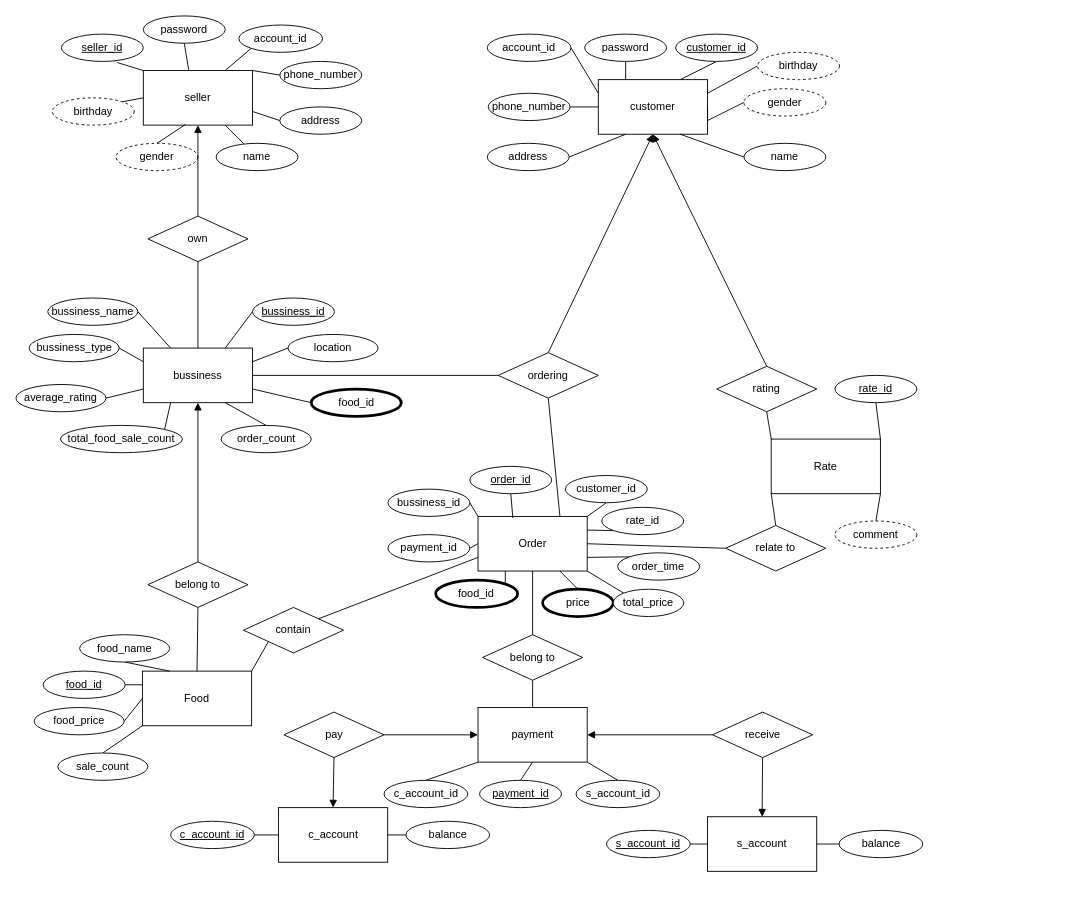
Earlier version of the draw.io diagram ER_digram.drawio (Kaiyang-Liu/Using-R-Series). Source tidied: cells renumbered, new cells numbered last; positions are measured from the earlier drawing's top-left corner, leaving out a move shared by most shapes. Both pictures are drawn from the tidied source at 91%, with x=0, y=0 at pixel (15, 15).
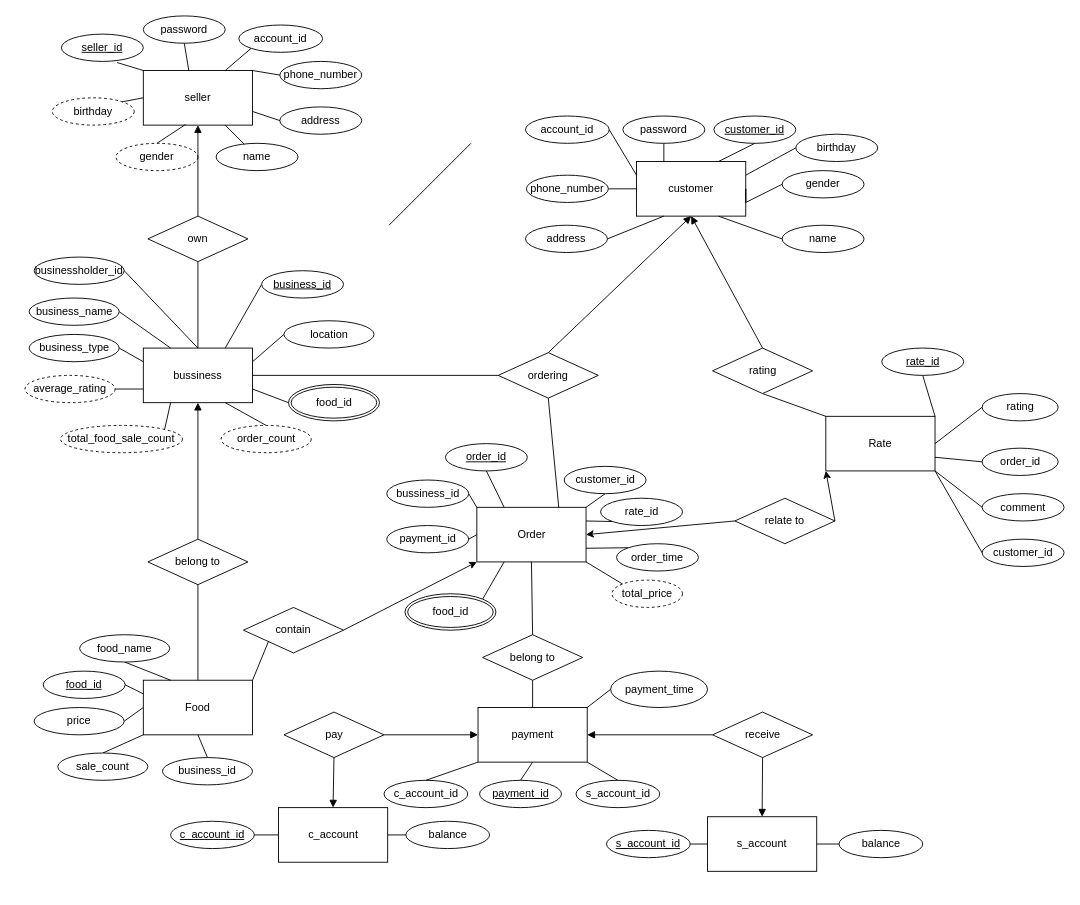
Above is the later version.

Unchanged cells that the change refers to:
```xml
<mxCell id="4" value="bussiness" style="rounded=0;whiteSpace=wrap;html=1;" parent="1" vertex="1">
  <mxGeometry x="140" y="365" width="120" height="60" as="geometry" />
</mxCell>
<mxCell id="9" value="payment" style="rounded=0;whiteSpace=wrap;html=1;" parent="1" vertex="1">
  <mxGeometry x="507.8" y="760" width="120" height="60" as="geometry" />
</mxCell>
<mxCell id="83" value="contain" style="rhombus;whiteSpace=wrap;html=1;shadow=0;sketch=0;" parent="1" vertex="1">
  <mxGeometry x="250" y="650" width="110" height="50" as="geometry" />
</mxCell>
<mxCell id="112" value="Order" style="rounded=0;whiteSpace=wrap;html=1;" parent="111" vertex="1">
  <mxGeometry x="99" y="45" width="120" height="60" as="geometry" />
</mxCell>
```

The edit, as a diff of the source:
```diff
@@
     <mxCell id="5" value="Rate" style="rounded=0;whiteSpace=wrap;html=1;" parent="1" vertex="1">
-      <mxGeometry x="830" y="465" width="120" height="60" as="geometry" />
+      <mxGeometry x="890" y="440" width="120" height="60" as="geometry" />
     </mxCell>
@@
     <mxCell id="7" value="Food" style="rounded=0;whiteSpace=wrap;html=1;" parent="1" vertex="1">
-      <mxGeometry x="139" y="720" width="120" height="60" as="geometry" />
+      <mxGeometry x="140" y="730" width="120" height="60" as="geometry" />
     </mxCell>
@@
-    <mxCell id="11" value="bussiness_id" style="ellipse;whiteSpace=wrap;html=1;fontStyle=4;" parent="1" vertex="1">
-      <mxGeometry x="260" y="310" width="90" height="30" as="geometry" />
+    <mxCell id="11" value="business_id" style="ellipse;whiteSpace=wrap;html=1;fontStyle=4;" parent="1" vertex="1">
+      <mxGeometry x="270" y="280" width="90" height="30" as="geometry" />
     </mxCell>
@@
     <mxCell id="19" value="belong to" style="rhombus;whiteSpace=wrap;html=1;shadow=0;sketch=0;" parent="1" vertex="1">
-      <mxGeometry x="145" y="600" width="110" height="50" as="geometry" />
+      <mxGeometry x="145" y="575" width="110" height="50" as="geometry" />
     </mxCell>
     <mxCell id="20" style="group;" parent="1" vertex="1">
-      <mxGeometry x="520" y="20" width="370" height="170" as="geometry" />
+      <mxGeometry x="562" y="110" width="370" height="170" as="geometry" />
     </mxCell>
@@
-    <mxCell id="35" value="gender" style="ellipse;whiteSpace=wrap;html=1;shadow=0;sketch=0;dashed=1;" parent="20" vertex="1">
+    <mxCell id="35" value="gender" style="ellipse;whiteSpace=wrap;html=1;shadow=0;sketch=0;" parent="20" vertex="1">
       <mxGeometry x="280" y="60" width="90" height="30" as="geometry" />
     </mxCell>
@@
-    <mxCell id="37" value="birthday" style="ellipse;whiteSpace=wrap;html=1;shadow=0;sketch=0;dashed=1;" parent="20" vertex="1">
+    <mxCell id="37" value="birthday" style="ellipse;whiteSpace=wrap;html=1;shadow=0;sketch=0;" parent="20" vertex="1">
       <mxGeometry x="295" y="20" width="90" height="30" as="geometry" />
     </mxCell>
@@
-    <mxCell id="66" value="bussiness_name" style="ellipse;whiteSpace=wrap;html=1;" parent="1" vertex="1">
-      <mxGeometry x="35" y="310" width="99" height="30" as="geometry" />
+    <mxCell id="66" value="business_name" style="ellipse;whiteSpace=wrap;html=1;" parent="1" vertex="1">
+      <mxGeometry x="14.5" y="310" width="99" height="30" as="geometry" />
     </mxCell>
@@
     <mxCell id="68" value="rate_id" style="ellipse;whiteSpace=wrap;html=1;fontStyle=4;" parent="1" vertex="1">
-      <mxGeometry x="900" y="395" width="90" height="30" as="geometry" />
+      <mxGeometry x="951.5" y="365" width="90" height="30" as="geometry" />
     </mxCell>
@@
-    <mxCell id="82" style="edgeStyle=none;rounded=0;jettySize=auto;html=1;exitX=1;exitY=0;exitDx=0;exitDy=0;entryX=0;entryY=0.75;entryDx=0;entryDy=0;endArrow=none;endFill=0;" parent="1" edge="1" source="83" target="112">
-      <mxGeometry relative="1" as="geometry" />
-    </mxCell>
@@
-    <mxCell id="84" style="edgeStyle=none;rounded=0;jettySize=auto;html=1;exitX=0.5;exitY=0;exitDx=0;exitDy=0;entryX=0;entryY=1;entryDx=0;entryDy=0;endArrow=none;endFill=0;" parent="1" edge="1" source="85" target="5">
-      <mxGeometry relative="1" as="geometry" />
-    </mxCell>
     <mxCell id="85" value="relate to" style="rhombus;whiteSpace=wrap;html=1;shadow=0;sketch=0;" parent="1" vertex="1">
-      <mxGeometry x="780" y="560" width="110" height="50" as="geometry" />
+      <mxGeometry x="790" y="530" width="110" height="50" as="geometry" />
     </mxCell>
@@
-    <mxCell id="87" value="bussiness_type" style="ellipse;whiteSpace=wrap;html=1;" parent="1" vertex="1">
+    <mxCell id="87" value="business_type" style="ellipse;whiteSpace=wrap;html=1;" parent="1" vertex="1">
       <mxGeometry x="14.5" y="350" width="99" height="30" as="geometry" />
     </mxCell>
@@
     <mxCell id="90" value="rating" style="rhombus;whiteSpace=wrap;html=1;shadow=0;sketch=0;" parent="1" vertex="1">
-      <mxGeometry x="770" y="385" width="110" height="50" as="geometry" />
+      <mxGeometry x="765.5" y="365" width="110" height="50" as="geometry" />
     </mxCell>
@@
-    <mxCell id="92" value="food_price" style="ellipse;whiteSpace=wrap;html=1;" parent="1" vertex="1">
+    <mxCell id="92" value="price" style="ellipse;whiteSpace=wrap;html=1;" parent="1" vertex="1">
       <mxGeometry x="20" y="760" width="99" height="30" as="geometry" />
     </mxCell>
@@
-    <mxCell id="99" value="average_rating" style="ellipse;whiteSpace=wrap;html=1;" parent="1" vertex="1">
-      <mxGeometry y="405" width="99" height="30" as="geometry" />
+    <mxCell id="99" value="average_rating" style="ellipse;whiteSpace=wrap;html=1;dashed=1;" parent="1" vertex="1">
+      <mxGeometry x="10" y="395" width="99" height="30" as="geometry" />
     </mxCell>
@@
     <mxCell id="101" value="location" style="ellipse;whiteSpace=wrap;html=1;" parent="1" vertex="1">
-      <mxGeometry x="299" y="350" width="99" height="30" as="geometry" />
+      <mxGeometry x="294.5" y="335" width="99" height="30" as="geometry" />
     </mxCell>
@@
-    <mxCell id="103" value="total_food_sale_count" style="ellipse;whiteSpace=wrap;html=1;" parent="1" vertex="1">
+    <mxCell id="103" value="total_food_sale_count" style="ellipse;whiteSpace=wrap;html=1;dashed=1;" parent="1" vertex="1">
       <mxGeometry x="49" y="450" width="134" height="30" as="geometry" />
     </mxCell>
@@
-    <mxCell id="105" value="order_count" style="ellipse;whiteSpace=wrap;html=1;" parent="1" vertex="1">
+    <mxCell id="105" value="order_count" style="ellipse;whiteSpace=wrap;html=1;dashed=1;" parent="1" vertex="1">
       <mxGeometry x="225.5" y="450" width="99" height="30" as="geometry" />
     </mxCell>
-    <mxCell id="106" style="edgeStyle=none;rounded=0;jettySize=auto;html=1;exitX=0.5;exitY=0;exitDx=0;exitDy=0;entryX=1;entryY=1;entryDx=0;entryDy=0;endArrow=none;endFill=0;" parent="1" edge="1" source="107" target="5">
+    <mxCell id="106" style="edgeStyle=none;rounded=0;jettySize=auto;html=1;exitX=0;exitY=0.5;exitDx=0;exitDy=0;entryX=1;entryY=1;entryDx=0;entryDy=0;endArrow=none;endFill=0;" parent="1" edge="1" source="107" target="5">
       <mxGeometry relative="1" as="geometry" />
     </mxCell>
-    <mxCell id="107" value="comment" style="ellipse;whiteSpace=wrap;html=1;shadow=0;sketch=0;dashed=1;" parent="1" vertex="1">
-      <mxGeometry x="900" y="555" width="90" height="30" as="geometry" />
+    <mxCell id="107" value="comment" style="ellipse;whiteSpace=wrap;html=1;shadow=0;sketch=0;" parent="1" vertex="1">
+      <mxGeometry x="1061.8" y="525" width="90" height="30" as="geometry" />
     </mxCell>
-    <mxCell id="108" style="edgeStyle=none;rounded=0;jettySize=auto;html=1;exitX=0;exitY=0.5;exitDx=0;exitDy=0;entryX=1;entryY=0.75;entryDx=0;entryDy=0;endArrow=none;endFill=0;" parent="1" edge="1" source="135" target="4">
+    <mxCell id="108" style="edgeStyle=none;rounded=0;jettySize=auto;html=1;exitX=0;exitY=0.5;exitDx=0;exitDy=0;entryX=1;entryY=0.75;entryDx=0;entryDy=0;endArrow=none;endFill=0;" parent="1" edge="1" source="140" target="4">
       <mxGeometry relative="1" as="geometry" />
     </mxCell>
@@
     <mxCell id="111" style="group;" parent="1" vertex="1">
-      <mxGeometry x="408.8" y="505" width="352.5" height="170" as="geometry" />
+      <mxGeometry x="407.5" y="495" width="352.5" height="215" as="geometry" />
     </mxCell>
@@
-    <mxCell id="113" style="edgeStyle=none;rounded=0;jettySize=auto;html=1;exitX=0.5;exitY=1;exitDx=0;exitDy=0;entryX=0.319;entryY=0.03;entryDx=0;entryDy=0;entryPerimeter=0;endArrow=none;endFill=0;" parent="111" edge="1" source="114" target="112">
-      <mxGeometry relative="1" as="geometry" />
-    </mxCell>
-    <mxCell id="114" value="order_id" style="ellipse;whiteSpace=wrap;html=1;fontStyle=4;" parent="111" vertex="1">
-      <mxGeometry x="90" y="-10" width="90" height="30" as="geometry" />
-    </mxCell>
@@
-    <mxCell id="122" style="edgeStyle=none;rounded=0;jettySize=auto;html=1;exitX=0.5;exitY=0;exitDx=0;exitDy=0;entryX=0.75;entryY=1;entryDx=0;entryDy=0;endArrow=none;endFill=0;" parent="111" edge="1" source="123" target="112">
-      <mxGeometry relative="1" as="geometry" />
-    </mxCell>
-    <mxCell id="123" value="price" style="ellipse;whiteSpace=wrap;html=1;fontStyle=0;strokeWidth=3;" parent="111" vertex="1">
-      <mxGeometry x="170" y="125" width="77.5" height="30" as="geometry" />
-    </mxCell>
-    <mxCell id="124" style="edgeStyle=none;rounded=0;jettySize=auto;html=1;exitX=1;exitY=0;exitDx=0;exitDy=0;entryX=0.25;entryY=1;entryDx=0;entryDy=0;endArrow=none;endFill=0;" parent="111" edge="1" source="125" target="112">
+    <mxCell id="124" style="edgeStyle=none;rounded=0;jettySize=auto;html=1;exitX=1;exitY=0;exitDx=0;exitDy=0;entryX=0.25;entryY=1;entryDx=0;entryDy=0;endArrow=none;endFill=0;" parent="111" edge="1" source="139" target="112">
       <mxGeometry relative="1" as="geometry" />
     </mxCell>
-    <mxCell id="125" value="food_id" style="ellipse;whiteSpace=wrap;html=1;fontStyle=0;strokeWidth=3;" parent="111" vertex="1">
-      <mxGeometry x="52.5" y="115" width="90" height="30" as="geometry" />
-    </mxCell>
@@
-    <mxCell id="129" value="total_price" style="ellipse;whiteSpace=wrap;html=1;fontStyle=0;" parent="111" vertex="1">
+    <mxCell id="129" value="total_price" style="ellipse;whiteSpace=wrap;html=1;fontStyle=0;dashed=1;" parent="111" vertex="1">
       <mxGeometry x="247.5" y="125" width="77.5" height="30" as="geometry" />
     </mxCell>
@@
+    <mxCell id="139" value="food_id" style="ellipse;shape=doubleEllipse;margin=3;whiteSpace=wrap;html=1;align=center;" parent="111" vertex="1">
+      <mxGeometry x="20" y="140" width="100" height="40" as="geometry" />
+    </mxCell>
@@
-    <mxCell id="133" style="edgeStyle=none;rounded=0;jettySize=auto;html=1;exitX=1;exitY=0.5;exitDx=0;exitDy=0;entryX=0;entryY=0.5;entryDx=0;entryDy=0;endArrow=none;endFill=0;" parent="1" edge="1" source="112" target="85">
-      <mxGeometry relative="1" as="geometry" />
-    </mxCell>
@@
-    <mxCell id="135" value="food_id" style="ellipse;whiteSpace=wrap;html=1;strokeWidth=3;" parent="1" vertex="1">
-      <mxGeometry x="324.5" y="410" width="99" height="30" as="geometry" />
-    </mxCell>
@@
+    <mxCell id="140" value="food_id" style="ellipse;shape=doubleEllipse;margin=3;whiteSpace=wrap;html=1;align=center;" parent="1" vertex="1">
+      <mxGeometry x="299.5" y="405" width="100" height="40" as="geometry" />
+    </mxCell>
+    <mxCell id="141" value="rating" style="ellipse;whiteSpace=wrap;html=1;" parent="1" vertex="1">
+      <mxGeometry x="1061.8" y="415" width="83.5" height="30" as="geometry" />
+    </mxCell>
+    <mxCell id="142" style="endArrow=none;html=1;exitX=1;exitY=0.5;exitDx=0;exitDy=0;entryX=0;entryY=0.5;entryDx=0;entryDy=0;" parent="1" edge="1" source="5" target="141">
+      <mxGeometry relative="1" as="geometry" />
+    </mxCell>
+    <mxCell id="143" value="order_id" style="ellipse;whiteSpace=wrap;html=1;" parent="1" vertex="1">
+      <mxGeometry x="1061.8" y="475" width="83.5" height="30" as="geometry" />
+    </mxCell>
+    <mxCell id="144" style="endArrow=none;html=1;exitX=1;exitY=0.75;exitDx=0;exitDy=0;entryX=0;entryY=0.5;entryDx=0;entryDy=0;" parent="1" edge="1" source="5" target="143">
+      <mxGeometry relative="1" as="geometry" />
+    </mxCell>
+    <mxCell id="145" value="customer_id" style="ellipse;whiteSpace=wrap;html=1;shadow=0;sketch=0;" parent="1" vertex="1">
+      <mxGeometry x="1061.8" y="575" width="90" height="30" as="geometry" />
+    </mxCell>
+    <mxCell id="146" style="endArrow=none;html=1;entryX=1;entryY=1;entryDx=0;entryDy=0;exitX=0;exitY=0.5;exitDx=0;exitDy=0;" parent="1" edge="1" source="145" target="5">
+      <mxGeometry relative="1" as="geometry" />
+    </mxCell>
+    <mxCell id="114" value="order_id" style="ellipse;whiteSpace=wrap;html=1;fontStyle=4;" parent="1" vertex="1">
+      <mxGeometry x="472" y="470" width="90" height="30" as="geometry" />
+    </mxCell>
+    <mxCell id="113" style="edgeStyle=none;rounded=0;jettySize=auto;html=1;exitX=0.5;exitY=1;exitDx=0;exitDy=0;endArrow=none;endFill=0;entryX=0.25;entryY=0;entryDx=0;entryDy=0;" parent="1" edge="1" source="114" target="112">
+      <mxGeometry relative="1" as="geometry" />
+    </mxCell>
+    <mxCell id="147" style="endArrow=none;html=1;exitX=0.5;exitY=1;exitDx=0;exitDy=0;entryX=0;entryY=0.5;entryDx=0;entryDy=0;" parent="1" edge="1">
+      <mxGeometry relative="1" as="geometry">
+        <mxPoint x="410" y="230" as="sourcePoint" />
+        <mxPoint x="500" y="140" as="targetPoint" />
+      </mxGeometry>
+    </mxCell>
+    <mxCell id="84" style="endArrow=classic;html=1;exitX=1;exitY=0.5;exitDx=0;exitDy=0;entryX=0;entryY=1;entryDx=0;entryDy=0;" parent="1" edge="1" source="85" target="5">
+      <mxGeometry relative="1" as="geometry" />
+    </mxCell>
+    <mxCell id="148" style="endArrow=classic;html=1;entryX=1;entryY=0.5;entryDx=0;entryDy=0;exitX=0;exitY=0.5;exitDx=0;exitDy=0;" parent="1" edge="1" source="85" target="112">
+      <mxGeometry relative="1" as="geometry" />
+    </mxCell>
+    <mxCell id="149" value="&lt;table border=&quot;0&quot; cellpadding=&quot;0&quot; cellspacing=&quot;0&quot; width=&quot;72&quot; style=&quot;border-collapse: collapse ; width: 54pt&quot;&gt;&lt;tbody&gt;&lt;tr style=&quot;height: 14.25pt&quot;&gt;  &lt;td height=&quot;19&quot; width=&quot;72&quot; style=&quot;height: 14.25pt ; width: 54pt&quot;&gt;payment_time&lt;/td&gt;&lt;/tr&gt;&lt;/tbody&gt;&lt;/table&gt;" style="ellipse;whiteSpace=wrap;html=1;" parent="1" vertex="1">
+      <mxGeometry x="653.5" y="720" width="106.5" height="40" as="geometry" />
+    </mxCell>
+    <mxCell id="150" style="endArrow=none;html=1;exitX=1;exitY=0;exitDx=0;exitDy=0;entryX=0;entryY=0.5;entryDx=0;entryDy=0;" parent="1" edge="1" source="9" target="149">
+      <mxGeometry relative="1" as="geometry" />
+    </mxCell>
+    <mxCell id="82" style="endArrow=classic;html=1;entryX=0;entryY=1;entryDx=0;entryDy=0;exitX=1;exitY=0.5;exitDx=0;exitDy=0;" parent="1" edge="1" source="83" target="112">
+      <mxGeometry relative="1" as="geometry" />
+    </mxCell>
+    <mxCell id="151" value="business_id" style="ellipse;whiteSpace=wrap;html=1;" parent="1" vertex="1">
+      <mxGeometry x="161" y="815" width="99" height="30" as="geometry" />
+    </mxCell>
+    <mxCell id="152" style="endArrow=none;html=1;exitX=0.5;exitY=1;exitDx=0;exitDy=0;entryX=0.5;entryY=0;entryDx=0;entryDy=0;" parent="1" edge="1" source="7" target="151">
+      <mxGeometry relative="1" as="geometry" />
+    </mxCell>
+    <mxCell id="153" value="businessholder_id" style="ellipse;whiteSpace=wrap;html=1;" parent="1" vertex="1">
+      <mxGeometry x="20" y="265" width="99" height="30" as="geometry" />
+    </mxCell>
+    <mxCell id="154" style="endArrow=none;html=1;entryX=1;entryY=0.5;entryDx=0;entryDy=0;exitX=0.5;exitY=0;exitDx=0;exitDy=0;" parent="1" edge="1" source="4" target="153">
+      <mxGeometry relative="1" as="geometry" />
+    </mxCell>
```
